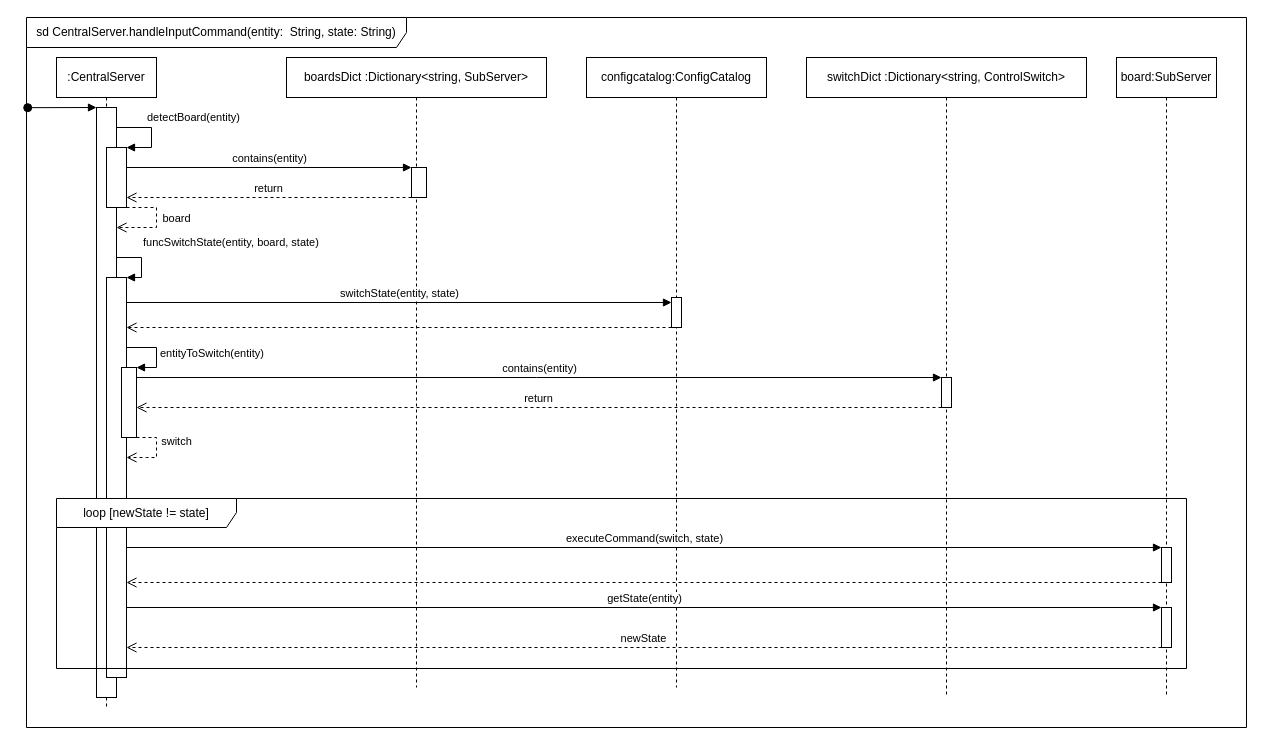
Before: LAB2/diagramPosl.drawio in tireks/OOAP, a draw.io diagram. Source tidied: cells renumbered, new cells numbered last; positions are measured from the earlier drawing's top-left corner, leaving out a move shared by most shapes. Both pictures are drawn from the tidied source at 100%, with x=0, y=0 at pixel (26, 17).
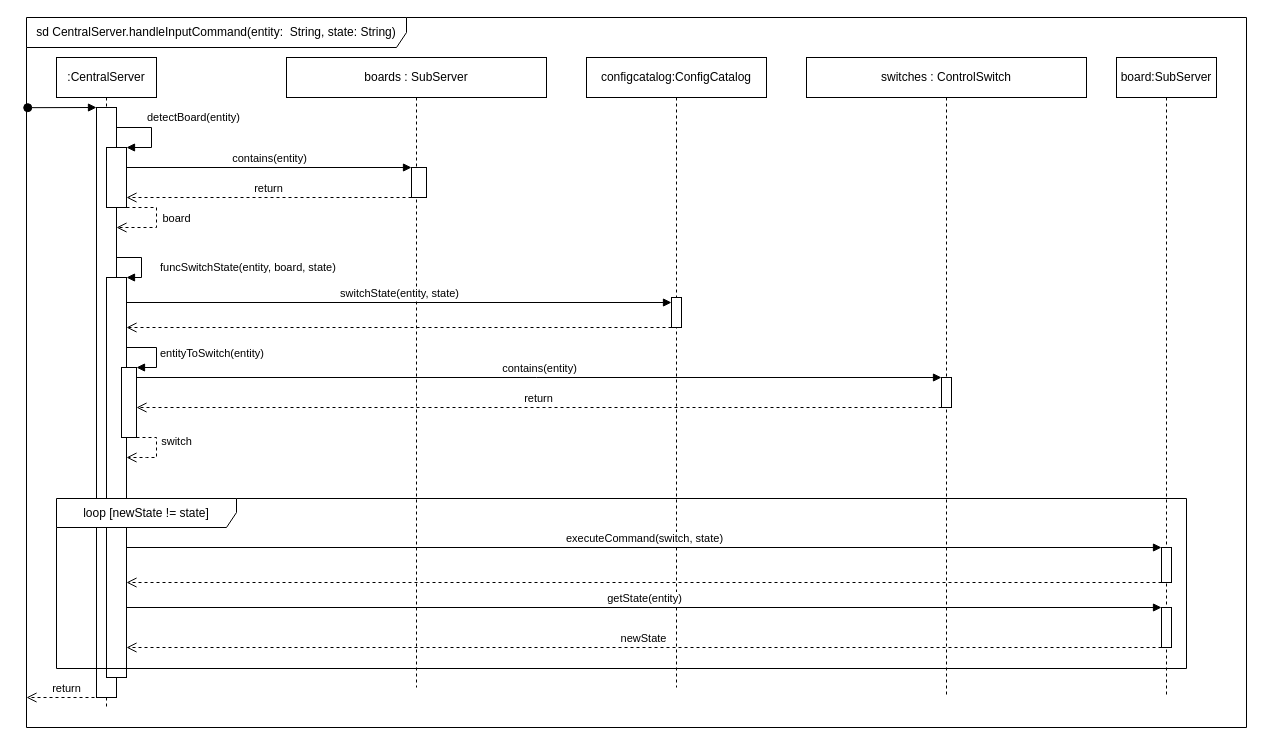
After the change.

Unchanged cells that the change refers to:
```xml
<mxCell id="2" value=":CentralServer" style="shape=umlLifeline;perimeter=lifelinePerimeter;whiteSpace=wrap;html=1;newEdgeStyle={&quot;curved&quot;:0,&quot;rounded&quot;:0};" parent="1" vertex="1">
  <mxGeometry x="30" y="40" width="100" height="650" as="geometry" />
</mxCell>
<mxCell id="3" style="html=1;points=[[0,0,0,0,5],[0,1,0,0,-5],[1,0,0,0,5],[1,1,0,0,-5]];perimeter=orthogonalPerimeter;outlineConnect=0;targetShapes=umlLifeline;portConstraint=eastwest;newEdgeStyle={&quot;curved&quot;:0,&quot;rounded&quot;:0};" parent="2" vertex="1">
  <mxGeometry x="40" y="50" width="20" height="590" as="geometry" />
</mxCell>
```

What changed in the source:
```diff
@@
     <mxCell id="8" value="funcSwitchState(entity, board, state)" style="html=1;align=left;spacingLeft=2;endArrow=block;rounded=0;edgeStyle=orthogonalEdgeStyle;curved=0;rounded=0;" parent="2" edge="1" source="3">
-      <mxGeometry x="-0.23" y="15" relative="1" as="geometry">
+      <mxGeometry x="0.17" y="15" relative="1" as="geometry">
         <mxPoint x="70" y="220" as="targetPoint" />
         <Array as="points">
           <mxPoint x="85" y="200" />
           <mxPoint x="85" y="220" />
           <mxPoint x="70" y="220" />
         </Array>
       </mxGeometry>
     </mxCell>
@@
-    <mxCell id="11" value="boardsDict :Dictionary&amp;lt;string, SubServer&amp;gt;" style="shape=umlLifeline;perimeter=lifelinePerimeter;whiteSpace=wrap;html=1;newEdgeStyle={&quot;curved&quot;:0,&quot;rounded&quot;:0};" parent="1" vertex="1">
+    <mxCell id="11" value="boards : SubServer" style="shape=umlLifeline;perimeter=lifelinePerimeter;whiteSpace=wrap;html=1;newEdgeStyle={&quot;curved&quot;:0,&quot;rounded&quot;:0};" parent="1" vertex="1">
       <mxGeometry x="260" y="40" width="260" height="630" as="geometry" />
     </mxCell>
@@
-    <mxCell id="19" value="switchDict :Dictionary&amp;lt;string, ControlSwitch&amp;gt;" style="shape=umlLifeline;perimeter=lifelinePerimeter;whiteSpace=wrap;html=1;newEdgeStyle={&quot;curved&quot;:0,&quot;rounded&quot;:0};" parent="1" vertex="1">
+    <mxCell id="19" value="switches : ControlSwitch" style="shape=umlLifeline;perimeter=lifelinePerimeter;whiteSpace=wrap;html=1;newEdgeStyle={&quot;curved&quot;:0,&quot;rounded&quot;:0};" parent="1" vertex="1">
       <mxGeometry x="780" y="40" width="280" height="640" as="geometry" />
     </mxCell>
@@
+    <mxCell id="34" value="return" style="html=1;verticalAlign=bottom;endArrow=open;dashed=1;endSize=8;curved=0;rounded=0;" parent="1" edge="1">
+      <mxGeometry relative="1" as="geometry">
+        <mxPoint x="80" y="680" as="sourcePoint" />
+        <mxPoint y="680" as="targetPoint" />
+      </mxGeometry>
+    </mxCell>
```
